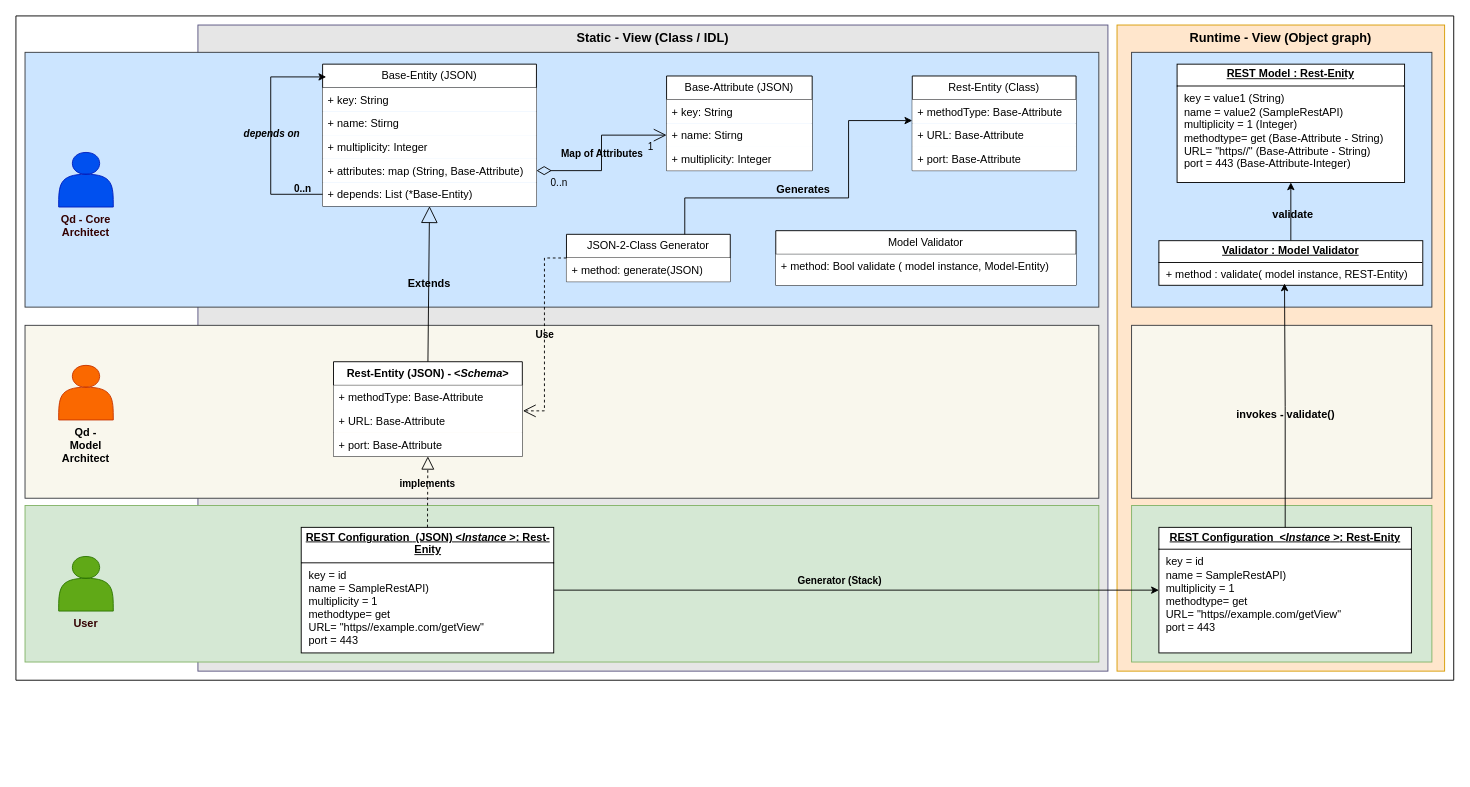
Before: page "Class-View (Rest example)" (3 of 4) of Rust-Franca-POC/Design/HLD-Package View/Qd-Package.drawio in qorix-group/qd-proposal, a draw.io diagram. Source tidied: cells renumbered, new cells numbered last; positions are measured from the earlier drawing's top-left corner, leaving out a move shared by most shapes. Both pictures are drawn from the tidied source at 91%, with x=0, y=0 at pixel (15, 15).
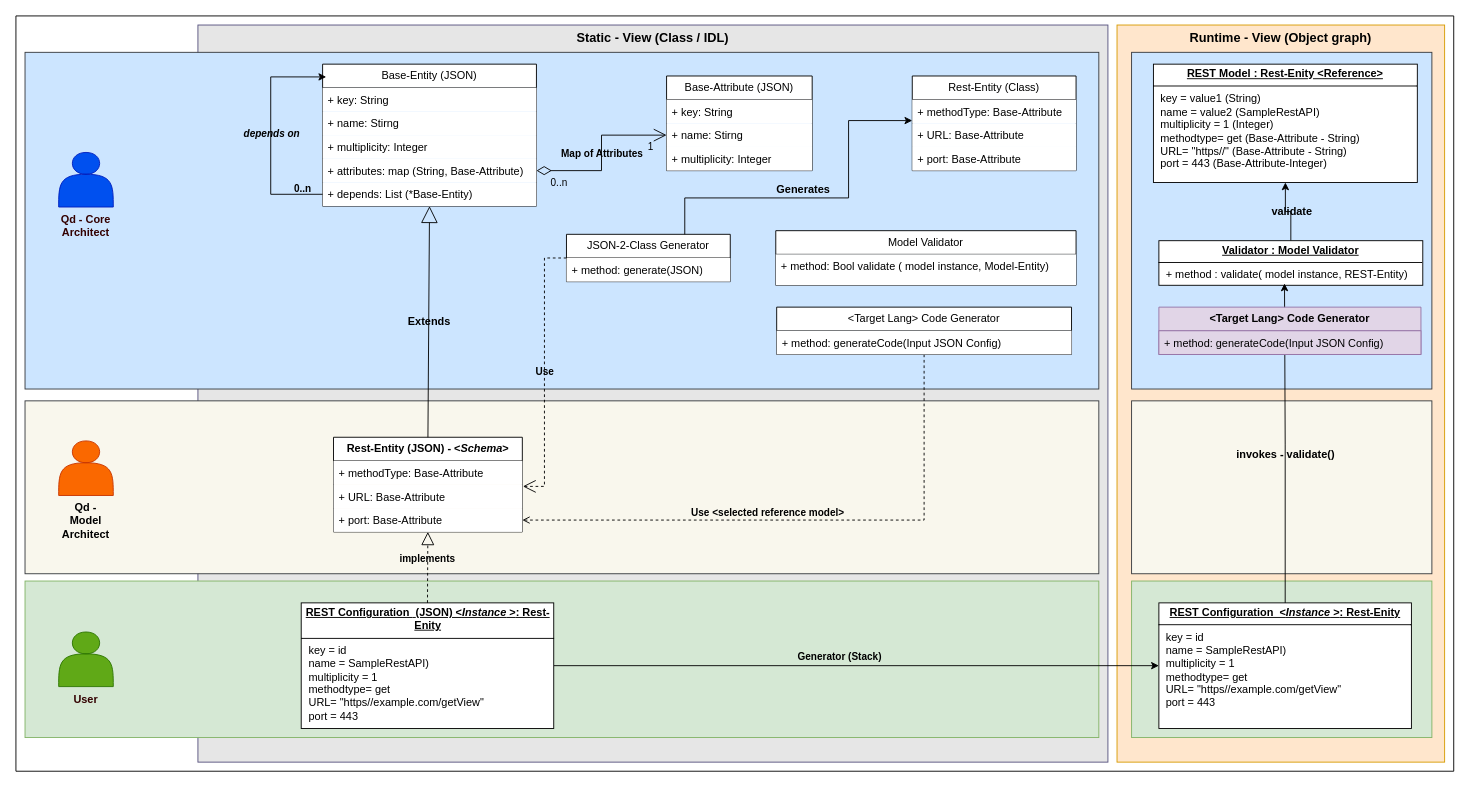
The same page after the edit.

The change refers to these unchanged cells:
```xml
<mxCell id="26" value="+ port: Base-Attribute" style="text;align=left;verticalAlign=top;spacingLeft=4;spacingRight=4;overflow=hidden;points=[[0,0.5],[1,0.5]];portConstraint=eastwest;whiteSpace=wrap;html=1;fillColor=default;" parent="23" vertex="1">
  <mxGeometry y="78" width="207.5" height="26" as="geometry" />
</mxCell>
```

What changed in the source:
```diff
@@
     <mxCell id="2" value="Runtime - View (Object graph)" style="rounded=0;whiteSpace=wrap;html=1;fillColor=#ffe6cc;strokeColor=#d79b00;fontStyle=1;fontSize=14;labelPosition=center;verticalLabelPosition=top;align=center;verticalAlign=bottom;spacingBottom=-25;" parent="1" vertex="1">
-      <mxGeometry x="1210" y="10" width="360" height="710" as="geometry" />
+      <mxGeometry x="1210" y="10" width="360" height="810" as="geometry" />
     </mxCell>
     <mxCell id="3" style="rounded=0;whiteSpace=wrap;html=1;fillColor=#d5e8d4;strokeColor=#82b366;" parent="1" vertex="1">
-      <mxGeometry x="1226" y="538" width="330" height="172" as="geometry" />
+      <mxGeometry x="1226" y="621" width="330" height="172" as="geometry" />
     </mxCell>
     <mxCell id="4" style="rounded=0;whiteSpace=wrap;html=1;fillColor=#f9f7ed;strokeColor=#36393d;" parent="1" vertex="1">
-      <mxGeometry x="1226" y="340" width="330" height="190" as="geometry" />
+      <mxGeometry x="1226" y="423" width="330" height="190" as="geometry" />
     </mxCell>
     <mxCell id="5" style="rounded=0;whiteSpace=wrap;html=1;fillColor=#cce5ff;strokeColor=#36393d;" parent="1" vertex="1">
-      <mxGeometry x="1226" y="40" width="330" height="280" as="geometry" />
+      <mxGeometry x="1226" y="40" width="330" height="370" as="geometry" />
     </mxCell>
     <mxCell id="6" style="swimlane;startSize=0;" parent="1" vertex="1">
-      <mxGeometry width="1580" height="730" as="geometry" />
+      <mxGeometry width="1580" height="830" as="geometry" />
     </mxCell>
     <mxCell id="7" value="Static - View (Class / IDL)" style="rounded=0;whiteSpace=wrap;html=1;fillColor=#E6E6E6;strokeColor=#56517e;labelPosition=center;verticalLabelPosition=top;align=center;verticalAlign=bottom;fontStyle=1;fontSize=14;spacingBottom=-25;" parent="1" vertex="1">
-      <mxGeometry x="200" y="10" width="1000" height="710" as="geometry" />
+      <mxGeometry x="200" y="10" width="1000" height="810" as="geometry" />
     </mxCell>
     <mxCell id="8" style="rounded=0;whiteSpace=wrap;html=1;fillColor=#f9f7ed;strokeColor=#36393d;" parent="1" vertex="1">
-      <mxGeometry x="10" y="340" width="1180" height="190" as="geometry" />
+      <mxGeometry x="10" y="423" width="1180" height="190" as="geometry" />
     </mxCell>
     <mxCell id="9" style="rounded=0;whiteSpace=wrap;html=1;fillColor=#cce5ff;strokeColor=#36393d;" parent="1" vertex="1">
-      <mxGeometry x="10" y="40" width="1180" height="280" as="geometry" />
+      <mxGeometry x="10" y="40" width="1180" height="370" as="geometry" />
     </mxCell>
@@
     <mxCell id="23" value="Rest-Entity (JSON) - &amp;lt;&lt;i&gt;Schema&lt;/i&gt;&amp;gt;" style="swimlane;fontStyle=1;horizontal=1;startSize=26;fillColor=#FFFFFF;whiteSpace=wrap;html=1;" parent="1" vertex="1">
-      <mxGeometry x="349" y="380" width="207.5" height="104" as="geometry" />
+      <mxGeometry x="349" y="463" width="207.5" height="104" as="geometry" />
     </mxCell>
@@
-    <mxCell id="34" value="&lt;p style=&quot;margin:0px;margin-top:4px;text-align:center;text-decoration:underline;&quot;&gt;&lt;b&gt;REST Model : Rest-Enity&lt;/b&gt;&lt;/p&gt;&lt;hr size=&quot;1&quot; style=&quot;border-style:solid;&quot;&gt;&lt;p style=&quot;margin:0px;margin-left:8px;&quot;&gt;key = value1 (String)&lt;br&gt;name = value2 (SampleRestAPI)&lt;br&gt;multiplicity = 1 (Integer)&lt;br&gt;&lt;/p&gt;&lt;p style=&quot;margin:0px;margin-left:8px;&quot;&gt;methodtype= get (Base-Attribute - String)&lt;br&gt;&lt;/p&gt;&lt;p style=&quot;margin: 0px 0px 0px 8px;&quot;&gt;URL= &quot;https//&quot; (Base-Attribute - String)&lt;br&gt;&lt;/p&gt;&lt;p style=&quot;margin:0px;margin-left:8px;&quot;&gt;port = 443 (Base-Attribute-Integer)&lt;br&gt;&lt;/p&gt;" style="verticalAlign=top;align=left;overflow=fill;html=1;whiteSpace=wrap;" parent="1" vertex="1">
-      <mxGeometry x="1276" y="53" width="250" height="130" as="geometry" />
+    <mxCell id="34" value="&lt;p style=&quot;margin:0px;margin-top:4px;text-align:center;text-decoration:underline;&quot;&gt;&lt;b&gt;REST Model : Rest-Enity &amp;lt;Reference&amp;gt;&lt;/b&gt;&lt;/p&gt;&lt;hr size=&quot;1&quot; style=&quot;border-style:solid;&quot;&gt;&lt;p style=&quot;margin:0px;margin-left:8px;&quot;&gt;key = value1 (String)&lt;br&gt;name = value2 (SampleRestAPI)&lt;br&gt;multiplicity = 1 (Integer)&lt;br&gt;&lt;/p&gt;&lt;p style=&quot;margin:0px;margin-left:8px;&quot;&gt;methodtype= get (Base-Attribute - String)&lt;br&gt;&lt;/p&gt;&lt;p style=&quot;margin: 0px 0px 0px 8px;&quot;&gt;URL= &quot;https//&quot; (Base-Attribute - String)&lt;br&gt;&lt;/p&gt;&lt;p style=&quot;margin:0px;margin-left:8px;&quot;&gt;port = 443 (Base-Attribute-Integer)&lt;br&gt;&lt;/p&gt;" style="verticalAlign=top;align=left;overflow=fill;html=1;whiteSpace=wrap;" parent="1" vertex="1">
+      <mxGeometry x="1250" y="53" width="290" height="130" as="geometry" />
     </mxCell>
@@
     <mxCell id="47" value="Qd - Model Architect" style="shape=actor;whiteSpace=wrap;html=1;fillColor=#fa6800;fontColor=#000000;strokeColor=#C73500;labelPosition=center;verticalLabelPosition=bottom;align=center;verticalAlign=top;fontStyle=1;" parent="1" vertex="1">
-      <mxGeometry x="47" y="384" width="60" height="60" as="geometry" />
+      <mxGeometry x="47" y="467" width="60" height="60" as="geometry" />
     </mxCell>
     <mxCell id="48" style="rounded=0;whiteSpace=wrap;html=1;fillColor=#d5e8d4;strokeColor=#82b366;" parent="1" vertex="1">
-      <mxGeometry x="10" y="538" width="1180" height="172" as="geometry" />
+      <mxGeometry x="10" y="621" width="1180" height="172" as="geometry" />
     </mxCell>
@@
     <mxCell id="51" value="&lt;p style=&quot;margin:0px;margin-top:4px;text-align:center;text-decoration:underline;&quot;&gt;&lt;b&gt;REST Configuration&amp;nbsp;&lt;i&gt; &lt;/i&gt;(JSON) &amp;lt;&lt;/b&gt;&lt;b style=&quot;background-color: transparent; color: light-dark(rgb(0, 0, 0), rgb(255, 255, 255));&quot;&gt;&lt;i&gt;Instance&lt;/i&gt;&amp;nbsp;&amp;gt;&lt;/b&gt;&lt;b style=&quot;background-color: transparent; color: light-dark(rgb(0, 0, 0), rgb(255, 255, 255));&quot;&gt;: Rest-Enity&lt;/b&gt;&lt;/p&gt;&lt;hr size=&quot;1&quot; style=&quot;border-style:solid;&quot;&gt;&lt;p style=&quot;margin:0px;margin-left:8px;&quot;&gt;key = id&lt;br&gt;name = SampleRestAPI)&lt;br&gt;multiplicity = 1&lt;br&gt;&lt;/p&gt;&lt;p style=&quot;margin:0px;margin-left:8px;&quot;&gt;methodtype= get&lt;br&gt;&lt;/p&gt;&lt;p style=&quot;margin: 0px 0px 0px 8px;&quot;&gt;URL= &quot;https//example.com/getView&quot;&amp;nbsp;&lt;br&gt;&lt;/p&gt;&lt;p style=&quot;margin:0px;margin-left:8px;&quot;&gt;port = 443&lt;br&gt;&lt;/p&gt;" style="verticalAlign=top;align=left;overflow=fill;html=1;whiteSpace=wrap;" parent="1" vertex="1">
-      <mxGeometry x="313.5" y="562" width="277.5" height="138" as="geometry" />
+      <mxGeometry x="313.5" y="645" width="277.5" height="138" as="geometry" />
     </mxCell>
@@
     <mxCell id="54" value="&lt;p style=&quot;margin:0px;margin-top:4px;text-align:center;text-decoration:underline;&quot;&gt;&lt;b&gt;REST Configuration&amp;nbsp;&amp;nbsp;&amp;lt;&lt;/b&gt;&lt;b style=&quot;background-color: transparent; color: light-dark(rgb(0, 0, 0), rgb(255, 255, 255));&quot;&gt;&lt;i&gt;Instance&lt;/i&gt;&amp;nbsp;&amp;gt;&lt;/b&gt;&lt;b style=&quot;background-color: transparent; color: light-dark(rgb(0, 0, 0), rgb(255, 255, 255));&quot;&gt;: Rest-Enity&lt;/b&gt;&lt;/p&gt;&lt;hr size=&quot;1&quot; style=&quot;border-style:solid;&quot;&gt;&lt;p style=&quot;margin:0px;margin-left:8px;&quot;&gt;key = id&lt;br&gt;name = SampleRestAPI)&lt;br&gt;multiplicity = 1&lt;br&gt;&lt;/p&gt;&lt;p style=&quot;margin:0px;margin-left:8px;&quot;&gt;methodtype= get&lt;br&gt;&lt;/p&gt;&lt;p style=&quot;margin: 0px 0px 0px 8px;&quot;&gt;URL= &quot;https//example.com/getView&quot;&amp;nbsp;&lt;br&gt;&lt;/p&gt;&lt;p style=&quot;margin:0px;margin-left:8px;&quot;&gt;port = 443&lt;br&gt;&lt;/p&gt;" style="verticalAlign=top;align=left;overflow=fill;html=1;whiteSpace=wrap;" parent="1" vertex="1">
-      <mxGeometry x="1256" y="562" width="277.5" height="138" as="geometry" />
+      <mxGeometry x="1256" y="645" width="277.5" height="138" as="geometry" />
     </mxCell>
@@
     <mxCell id="57" value="User" style="shape=actor;whiteSpace=wrap;html=1;fillColor=#60a917;strokeColor=#2D7600;labelPosition=center;verticalLabelPosition=bottom;align=center;verticalAlign=top;fontStyle=1;fontColor=#330000;" parent="1" vertex="1">
-      <mxGeometry x="47" y="594" width="60" height="60" as="geometry" />
+      <mxGeometry x="47" y="677" width="60" height="60" as="geometry" />
     </mxCell>
+    <mxCell id="58" style="edgeStyle=orthogonalEdgeStyle;rounded=0;jettySize=auto;html=1;entryX=1;entryY=0.5;entryDx=0;entryDy=0;dashed=1;endArrow=open;endFill=0;" parent="1" edge="1" source="60" target="26">
+      <mxGeometry relative="1" as="geometry">
+        <Array as="points">
+          <mxPoint x="998" y="554" />
+        </Array>
+      </mxGeometry>
+    </mxCell>
+    <mxCell id="59" value="Use &amp;lt;selected reference model&amp;gt;" style="edgeLabel;html=1;align=center;verticalAlign=middle;fontStyle=1;labelBackgroundColor=none;" parent="58" vertex="1">
+      <mxGeometry x="0.14" y="-1" relative="1" as="geometry">
+        <mxPoint y="-8" as="offset" />
+      </mxGeometry>
+    </mxCell>
+    <mxCell id="60" value="&amp;lt;Target Lang&amp;gt; Code Generator" style="swimlane;fontStyle=0;horizontal=1;startSize=26;fillColor=#FFFFFF;whiteSpace=wrap;html=1;" parent="1" vertex="1">
+      <mxGeometry x="836" y="320" width="324" height="52" as="geometry" />
+    </mxCell>
+    <mxCell id="61" value="+ method: generateCode(Input JSON Config)" style="text;align=left;verticalAlign=top;spacingLeft=4;spacingRight=4;overflow=hidden;whiteSpace=wrap;html=1;fillColor=default;" parent="60" vertex="1">
+      <mxGeometry y="26" width="324" height="26" as="geometry" />
+    </mxCell>
+    <mxCell id="62" value="&lt;b&gt;&amp;lt;Target Lang&amp;gt; Code Generator&lt;/b&gt;" style="swimlane;fontStyle=0;horizontal=1;startSize=26;fillColor=#e1d5e7;whiteSpace=wrap;html=1;strokeColor=#9673a6;" parent="1" vertex="1">
+      <mxGeometry x="1256" y="320" width="288" height="52" as="geometry" />
+    </mxCell>
+    <mxCell id="63" value="+ method: generateCode(Input JSON Config)" style="text;align=left;verticalAlign=top;spacingLeft=4;spacingRight=4;overflow=hidden;whiteSpace=wrap;html=1;fillColor=#e1d5e7;strokeColor=#9673a6;" parent="62" vertex="1">
+      <mxGeometry y="26" width="288" height="26" as="geometry" />
+    </mxCell>
```
